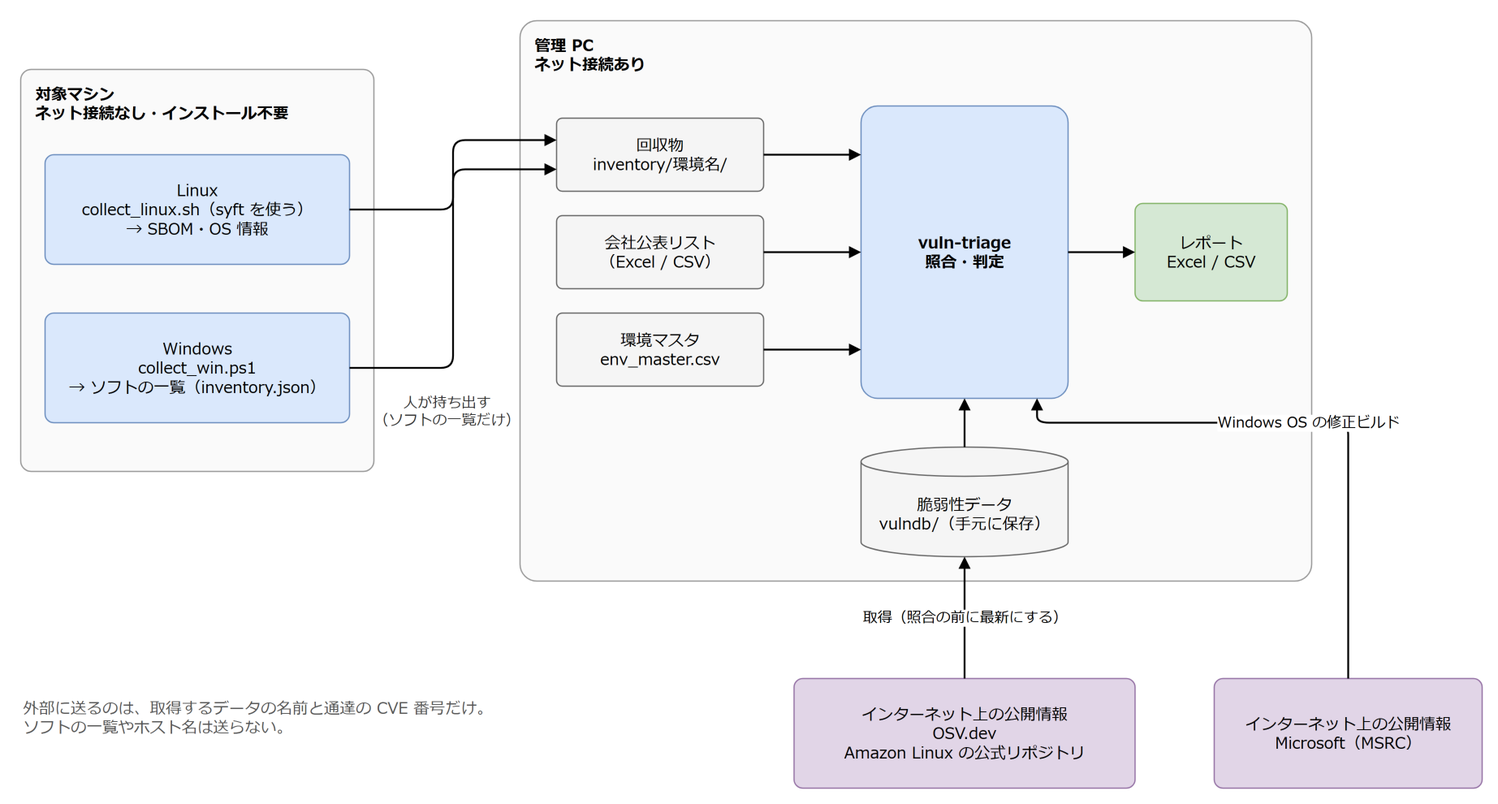
The draw.io diagram docs/images/architecture.drawio.png in hsgwa/cve_chk, before a commit. Source tidied: cells renumbered, new cells last; positions are measured from the earlier drawing's top-left corner, leaving out a move shared by most shapes. Its diagram source:
```xml
<mxGraphModel>
  <root>
    <mxCell id="0" />
    <mxCell id="1" parent="0" />
    <mxCell id="2" value="対象マシン&lt;br&gt;ネット接続なし・インストール不要" style="rounded=1;whiteSpace=wrap;html=1;arcSize=3;verticalAlign=top;align=left;spacingLeft=10;spacingTop=6;fontStyle=1;fontFamily=Meiryo;fontSize=13;fillColor=#FAFAFA;strokeColor=#999999;" parent="1" vertex="1">
      <mxGeometry y="40" width="290" height="330" as="geometry" />
    </mxCell>
    <mxCell id="3" value="Linux&lt;br&gt;collect_linux.sh（syft を使う）&lt;br&gt;→ SBOM・OS 情報" style="rounded=1;whiteSpace=wrap;html=1;arcSize=8;fontFamily=Meiryo;fontSize=13;fillColor=#DAE8FC;strokeColor=#6C8EBF;" parent="1" vertex="1">
      <mxGeometry x="20" y="110" width="250" height="90" as="geometry" />
    </mxCell>
    <mxCell id="4" value="Windows&lt;br&gt;collect_win.ps1&lt;br&gt;→ ソフトの一覧（inventory.json）" style="rounded=1;whiteSpace=wrap;html=1;arcSize=8;fontFamily=Meiryo;fontSize=13;fillColor=#DAE8FC;strokeColor=#6C8EBF;" parent="1" vertex="1">
      <mxGeometry x="20" y="240" width="250" height="90" as="geometry" />
    </mxCell>
    <mxCell id="5" value="人が持ち出す&lt;br&gt;（ソフトの一覧だけ）" style="text;html=1;whiteSpace=wrap;align=left;verticalAlign=top;fontFamily=Meiryo;fontSize=13;fontColor=#555555;align=center;fontColor=#333333;fontSize=12;" parent="1" vertex="1">
      <mxGeometry x="288" y="300" width="124" height="60" as="geometry" />
    </mxCell>
    <mxCell id="6" value="管理 PC&lt;br&gt;ネット接続あり" style="rounded=1;whiteSpace=wrap;html=1;arcSize=3;verticalAlign=top;align=left;spacingLeft=10;spacingTop=6;fontStyle=1;fontFamily=Meiryo;fontSize=13;fillColor=#FAFAFA;strokeColor=#999999;" parent="1" vertex="1">
      <mxGeometry x="410" width="650" height="460" as="geometry" />
    </mxCell>
    <mxCell id="7" value="回収物&lt;br&gt;inventory/環境名/" style="rounded=1;whiteSpace=wrap;html=1;arcSize=8;fontFamily=Meiryo;fontSize=13;fillColor=#F5F5F5;strokeColor=#666666;" parent="1" vertex="1">
      <mxGeometry x="440" y="80" width="170" height="60" as="geometry" />
    </mxCell>
    <mxCell id="8" value="会社公表リスト&lt;br&gt;（Excel / CSV）" style="rounded=1;whiteSpace=wrap;html=1;arcSize=8;fontFamily=Meiryo;fontSize=13;fillColor=#F5F5F5;strokeColor=#666666;" parent="1" vertex="1">
      <mxGeometry x="440" y="160" width="170" height="60" as="geometry" />
    </mxCell>
    <mxCell id="9" value="環境マスタ&lt;br&gt;env_master.csv" style="rounded=1;whiteSpace=wrap;html=1;arcSize=8;fontFamily=Meiryo;fontSize=13;fillColor=#F5F5F5;strokeColor=#666666;" parent="1" vertex="1">
      <mxGeometry x="440" y="240" width="170" height="60" as="geometry" />
    </mxCell>
    <mxCell id="10" value="vuln-triage&lt;br&gt;照合・判定" style="rounded=1;whiteSpace=wrap;html=1;arcSize=8;fontFamily=Meiryo;fontSize=13;fillColor=#DAE8FC;strokeColor=#6C8EBF;fontStyle=1;" parent="1" vertex="1">
      <mxGeometry x="690" y="70" width="170" height="240" as="geometry" />
    </mxCell>
    <mxCell id="11" value="脆弱性データ&lt;br&gt;vulndb/（手元に保存）" style="shape=cylinder3;whiteSpace=wrap;html=1;boundedLbl=1;size=12;fontFamily=Meiryo;fontSize=13;fillColor=#F5F5F5;strokeColor=#666666;" parent="1" vertex="1">
      <mxGeometry x="690" y="350" width="170" height="90" as="geometry" />
    </mxCell>
    <mxCell id="12" value="レポート&lt;br&gt;Excel / CSV" style="rounded=1;whiteSpace=wrap;html=1;arcSize=8;fontFamily=Meiryo;fontSize=13;fillColor=#D5E8D4;strokeColor=#82B366;" parent="1" vertex="1">
      <mxGeometry x="915" y="150" width="125" height="80" as="geometry" />
    </mxCell>
    <mxCell id="13" value="インターネット上の公開情報&lt;br&gt;OSV.dev&lt;br&gt;Amazon Linux の公式リポジトリ" style="rounded=1;whiteSpace=wrap;html=1;arcSize=8;fontFamily=Meiryo;fontSize=13;fillColor=#E1D5E7;strokeColor=#9673A6;" parent="1" vertex="1">
      <mxGeometry x="635" y="540" width="280" height="90" as="geometry" />
    </mxCell>
    <mxCell id="14" value="インターネット上の公開情報&lt;br&gt;Microsoft（MSRC）" style="rounded=1;whiteSpace=wrap;html=1;arcSize=8;fontFamily=Meiryo;fontSize=13;fillColor=#E1D5E7;strokeColor=#9673A6;" parent="1" vertex="1">
      <mxGeometry x="980" y="540" width="220" height="90" as="geometry" />
    </mxCell>
    <mxCell id="15" style="edgeStyle=orthogonalEdgeStyle;rounded=1;html=1;endArrow=block;endFill=1;strokeWidth=1.5;fontFamily=Meiryo;fontSize=13;fontSize=12;labelBackgroundColor=#FFFFFF;exitX=1;exitY=0.5;exitDx=0;exitDy=0;entryX=0;entryY=0.3;entryDx=0;entryDy=0;" parent="1" edge="1" source="3" target="7">
      <mxGeometry relative="1" as="geometry" />
    </mxCell>
    <mxCell id="16" style="edgeStyle=orthogonalEdgeStyle;rounded=1;html=1;endArrow=block;endFill=1;strokeWidth=1.5;fontFamily=Meiryo;fontSize=13;fontSize=12;labelBackgroundColor=#FFFFFF;exitX=1;exitY=0.5;exitDx=0;exitDy=0;entryX=0;entryY=0.7;entryDx=0;entryDy=0;" parent="1" edge="1" source="4" target="7">
      <mxGeometry relative="1" as="geometry" />
    </mxCell>
    <mxCell id="17" style="edgeStyle=orthogonalEdgeStyle;rounded=1;html=1;endArrow=block;endFill=1;strokeWidth=1.5;fontFamily=Meiryo;fontSize=13;fontSize=12;labelBackgroundColor=#FFFFFF;exitX=1;exitY=0.5;exitDx=0;exitDy=0;entryX=0;entryY=0.16666666666666666;entryDx=0;entryDy=0;" parent="1" edge="1" source="7" target="10">
      <mxGeometry relative="1" as="geometry" />
    </mxCell>
    <mxCell id="18" style="edgeStyle=orthogonalEdgeStyle;rounded=1;html=1;endArrow=block;endFill=1;strokeWidth=1.5;fontFamily=Meiryo;fontSize=13;fontSize=12;labelBackgroundColor=#FFFFFF;exitX=1;exitY=0.5;exitDx=0;exitDy=0;entryX=0;entryY=0.5;entryDx=0;entryDy=0;" parent="1" edge="1" source="8" target="10">
      <mxGeometry relative="1" as="geometry" />
    </mxCell>
    <mxCell id="19" style="edgeStyle=orthogonalEdgeStyle;rounded=1;html=1;endArrow=block;endFill=1;strokeWidth=1.5;fontFamily=Meiryo;fontSize=13;fontSize=12;labelBackgroundColor=#FFFFFF;exitX=1;exitY=0.5;exitDx=0;exitDy=0;entryX=0;entryY=0.8333333333333334;entryDx=0;entryDy=0;" parent="1" edge="1" source="9" target="10">
      <mxGeometry relative="1" as="geometry" />
    </mxCell>
    <mxCell id="20" style="edgeStyle=orthogonalEdgeStyle;rounded=1;html=1;endArrow=block;endFill=1;strokeWidth=1.5;fontFamily=Meiryo;fontSize=13;fontSize=12;labelBackgroundColor=#FFFFFF;exitX=0.5;exitY=0;exitDx=0;exitDy=0;entryX=0.5;entryY=1;entryDx=0;entryDy=0;" parent="1" edge="1" source="11" target="10">
      <mxGeometry relative="1" as="geometry" />
    </mxCell>
    <mxCell id="21" style="edgeStyle=orthogonalEdgeStyle;rounded=1;html=1;endArrow=block;endFill=1;strokeWidth=1.5;fontFamily=Meiryo;fontSize=13;fontSize=12;labelBackgroundColor=#FFFFFF;exitX=1;exitY=0.5;exitDx=0;exitDy=0;entryX=0;entryY=0.5;entryDx=0;entryDy=0;" parent="1" edge="1" source="10" target="12">
      <mxGeometry relative="1" as="geometry" />
    </mxCell>
    <mxCell id="22" value="取得（照合の前に最新にする）" style="edgeStyle=orthogonalEdgeStyle;rounded=1;html=1;endArrow=block;endFill=1;strokeWidth=1.5;fontFamily=Meiryo;fontSize=13;fontSize=12;labelBackgroundColor=#FFFFFF;exitX=0.5;exitY=0;exitDx=0;exitDy=0;entryX=0.5;entryY=1;entryDx=0;entryDy=0;" parent="1" edge="1" source="13" target="11">
      <mxGeometry relative="1" as="geometry" />
    </mxCell>
    <mxCell id="23" value="Windows OS の修正ビルド" style="edgeStyle=orthogonalEdgeStyle;rounded=1;html=1;endArrow=block;endFill=1;strokeWidth=1.5;fontFamily=Meiryo;fontSize=13;fontSize=12;labelBackgroundColor=#FFFFFF;exitX=0.5;exitY=0;exitDx=0;exitDy=0;entryX=0.85;entryY=1;entryDx=0;entryDy=0;" parent="1" edge="1" source="14" target="10">
      <mxGeometry relative="1" as="geometry">
        <Array as="points">
          <mxPoint x="1090" y="330" />
          <mxPoint x="834" y="330" />
        </Array>
      </mxGeometry>
    </mxCell>
    <mxCell id="24" value="外部に送るのは、取得するデータの名前と通達の CVE 番号だけ。&lt;br&gt;ソフトの一覧やホスト名は送らない。" style="text;html=1;whiteSpace=wrap;align=left;verticalAlign=top;fontFamily=Meiryo;fontSize=13;fontColor=#555555;" parent="1" vertex="1">
      <mxGeometry y="550" width="640" height="60" as="geometry" />
    </mxCell>
  </root>
</mxGraphModel>
```
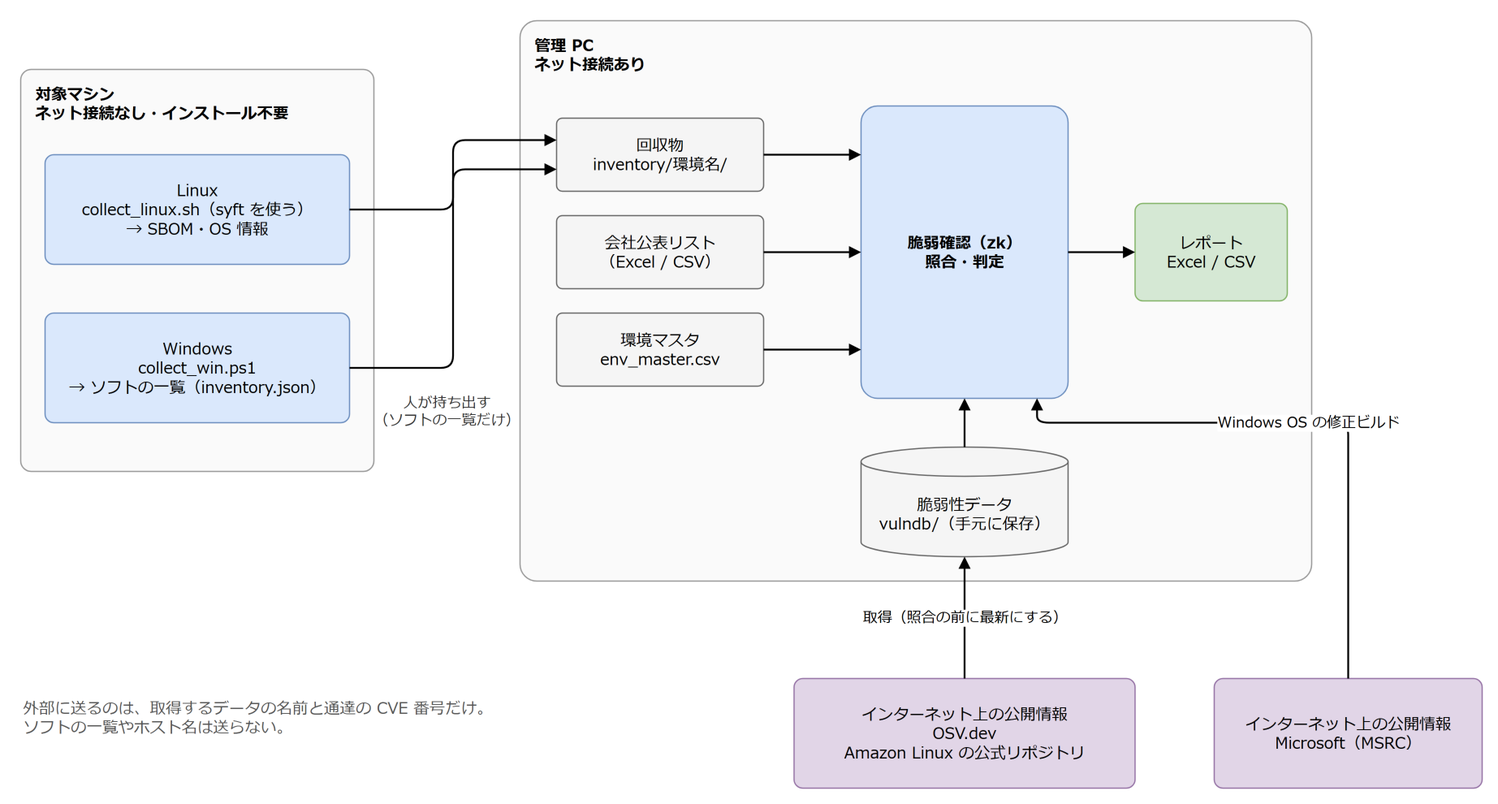
The same file after the commit.

Diff of the diagram source:
```diff
@@ -26,7 +26,7 @@
     <mxCell id="9" value="環境マスタ&lt;br&gt;env_master.csv" style="rounded=1;whiteSpace=wrap;html=1;arcSize=8;fontFamily=Meiryo;fontSize=13;fillColor=#F5F5F5;strokeColor=#666666;" parent="1" vertex="1">
       <mxGeometry x="440" y="240" width="170" height="60" as="geometry" />
     </mxCell>
-    <mxCell id="10" value="vuln-triage&lt;br&gt;照合・判定" style="rounded=1;whiteSpace=wrap;html=1;arcSize=8;fontFamily=Meiryo;fontSize=13;fillColor=#DAE8FC;strokeColor=#6C8EBF;fontStyle=1;" parent="1" vertex="1">
+    <mxCell id="10" value="脆弱確認（zk）&lt;br&gt;照合・判定" style="rounded=1;whiteSpace=wrap;html=1;arcSize=8;fontFamily=Meiryo;fontSize=13;fillColor=#DAE8FC;strokeColor=#6C8EBF;fontStyle=1;" parent="1" vertex="1">
       <mxGeometry x="690" y="70" width="170" height="240" as="geometry" />
     </mxCell>
     <mxCell id="11" value="脆弱性データ&lt;br&gt;vulndb/（手元に保存）" style="shape=cylinder3;whiteSpace=wrap;html=1;boundedLbl=1;size=12;fontFamily=Meiryo;fontSize=13;fillColor=#F5F5F5;strokeColor=#666666;" parent="1" vertex="1">
```
